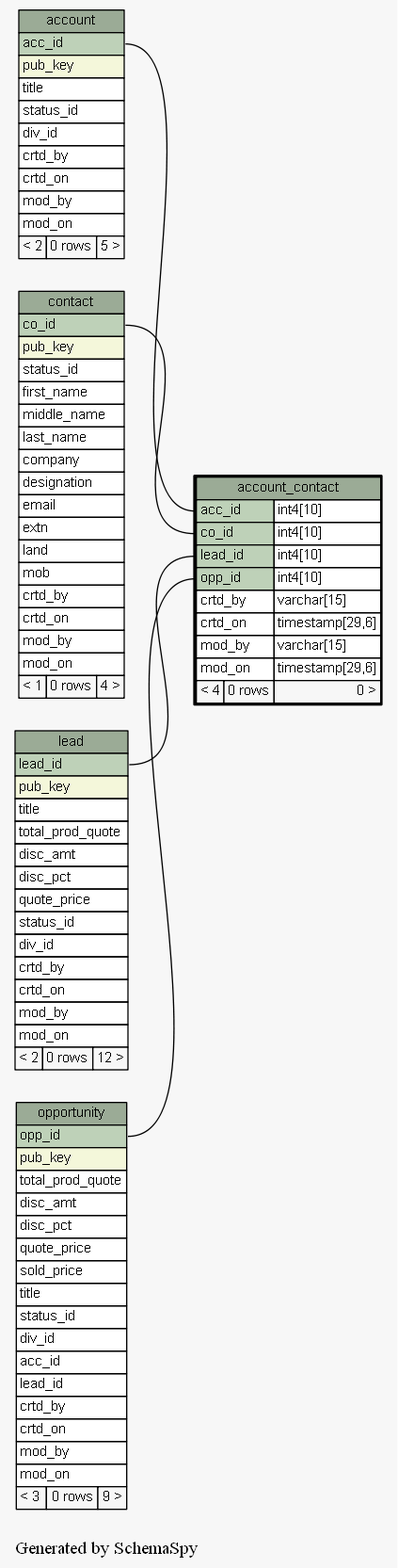
This is docs/database/schemaspy/graphs/account_contact.1degree.png from engineerscraft/salesforce, a Graphviz export, as it was before one commit. Its source is kept beside it as docs/database/schemaspy/graphs/account_contact.1degree.dot.
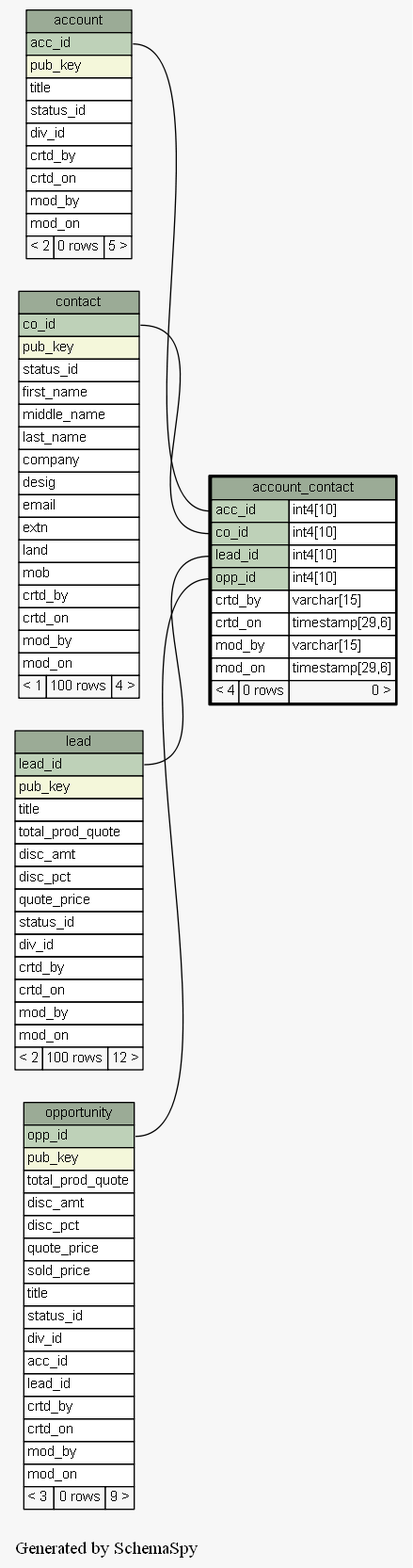
The same diagram one commit later.

The edit, as a diff of the source:
```diff
@@ -63,7 +63,7 @@
       <TR><TD PORT="middle_name" COLSPAN="3" ALIGN="LEFT">middle_name</TD></TR>
       <TR><TD PORT="last_name" COLSPAN="3" ALIGN="LEFT">last_name</TD></TR>
       <TR><TD PORT="company" COLSPAN="3" ALIGN="LEFT">company</TD></TR>
-      <TR><TD PORT="designation" COLSPAN="3" ALIGN="LEFT">designation</TD></TR>
+      <TR><TD PORT="desig" COLSPAN="3" ALIGN="LEFT">desig</TD></TR>
       <TR><TD PORT="email" COLSPAN="3" ALIGN="LEFT">email</TD></TR>
       <TR><TD PORT="extn" COLSPAN="3" ALIGN="LEFT">extn</TD></TR>
       <TR><TD PORT="land" COLSPAN="3" ALIGN="LEFT">land</TD></TR>
@@ -72,7 +72,7 @@
       <TR><TD PORT="crtd_on" COLSPAN="3" ALIGN="LEFT">crtd_on</TD></TR>
       <TR><TD PORT="mod_by" COLSPAN="3" ALIGN="LEFT">mod_by</TD></TR>
       <TR><TD PORT="mod_on" COLSPAN="3" ALIGN="LEFT">mod_on</TD></TR>
-      <TR><TD ALIGN="LEFT" BGCOLOR="#f7f7f7">&lt; 1</TD><TD ALIGN="RIGHT" BGCOLOR="#f7f7f7">0 rows</TD><TD ALIGN="RIGHT" BGCOLOR="#f7f7f7">4 &gt;</TD></TR>
+      <TR><TD ALIGN="LEFT" BGCOLOR="#f7f7f7">&lt; 1</TD><TD ALIGN="RIGHT" BGCOLOR="#f7f7f7">100 rows</TD><TD ALIGN="RIGHT" BGCOLOR="#f7f7f7">4 &gt;</TD></TR>
     </TABLE>>
     URL="contact.html#graph"
     tooltip="contact"
@@ -94,7 +94,7 @@
       <TR><TD PORT="crtd_on" COLSPAN="3" ALIGN="LEFT">crtd_on</TD></TR>
       <TR><TD PORT="mod_by" COLSPAN="3" ALIGN="LEFT">mod_by</TD></TR>
       <TR><TD PORT="mod_on" COLSPAN="3" ALIGN="LEFT">mod_on</TD></TR>
-      <TR><TD ALIGN="LEFT" BGCOLOR="#f7f7f7">&lt; 2</TD><TD ALIGN="RIGHT" BGCOLOR="#f7f7f7">0 rows</TD><TD ALIGN="RIGHT" BGCOLOR="#f7f7f7">12 &gt;</TD></TR>
+      <TR><TD ALIGN="LEFT" BGCOLOR="#f7f7f7">&lt; 2</TD><TD ALIGN="RIGHT" BGCOLOR="#f7f7f7">100 rows</TD><TD ALIGN="RIGHT" BGCOLOR="#f7f7f7">12 &gt;</TD></TR>
     </TABLE>>
     URL="lead.html#graph"
     tooltip="lead"
```
